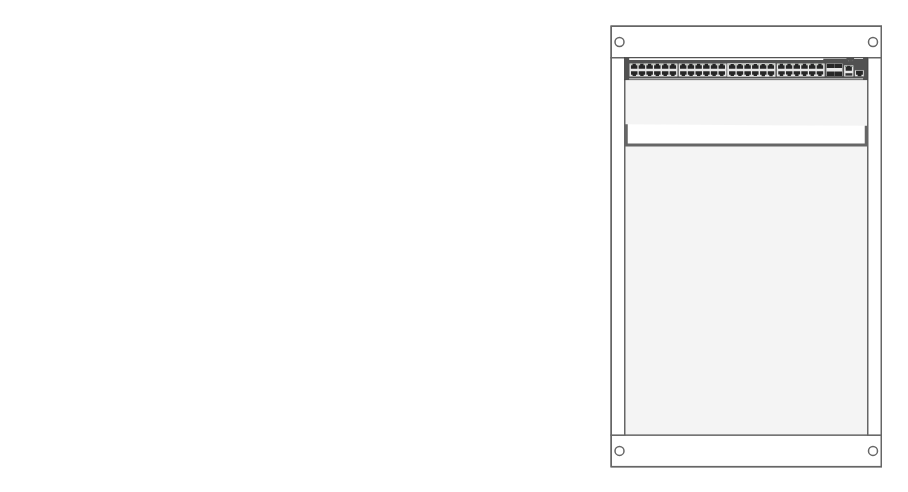
The draw.io diagram Untitled Diagram.drawio in Slavik-Kek/Rack, before the edit. Source tidied: cells renumbered, new cells numbered last; positions are measured from the earlier drawing's top-left corner, leaving out a move shared by most shapes. Both pictures are drawn from the tidied source at 150%, with x=0, y=0 at pixel (610, 26).
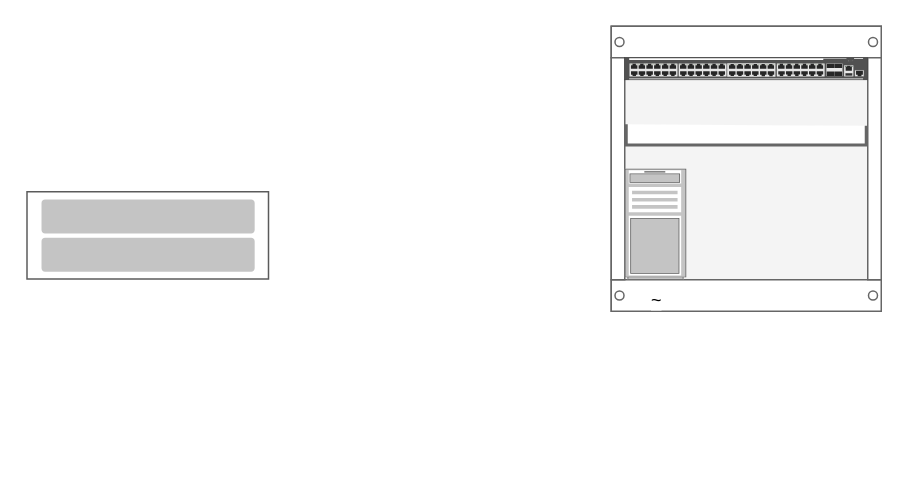
The same diagram, later.

The edit, as a diff of the source:
```diff
@@
 <mxGraphModel>
   <root>
     <mxCell id="0" />
     <mxCell id="1" parent="0" />
     <mxCell id="2" style="strokeColor=#666666;html=1;verticalLabelPosition=bottom;labelBackgroundColor=#ffffff;verticalAlign=top;shadow=0;dashed=0;shape=mxgraph.rackGeneral.rackCabinet3;rackUnitSize=14.8;fillColor2=#f4f4f4;allowGaps=1;textColor=#666666;numDisp=off;" parent="1" vertex="1">
-      <mxGeometry width="180" height="300" as="geometry" />
+      <mxGeometry width="180" height="190" as="geometry" />
     </mxCell>
     <mxCell id="3" style="html=1;verticalLabelPosition=bottom;verticalAlign=top;shadow=0;dashed=0;shape=mxgraph.rack.hpe_aruba.switches.jl321a_aruba_2930m_48g_1_slot_switch;" parent="2" vertex="1">
       <mxGeometry x="9" y="21" width="162" height="14.8" as="geometry" />
     </mxCell>
     <mxCell id="4" style="strokeColor=#666666;html=1;labelPosition=right;align=left;spacingLeft=15;shadow=0;dashed=0;shape=mxgraph.rackGeneral.shelf;" parent="2" vertex="1">
       <mxGeometry x="9" y="65.4" width="162" height="14.8" as="geometry" />
     </mxCell>
+    <mxCell id="5" style="shape=mxgraph.rack.oracle.sunfire_x4500;html=1;labelPosition=right;align=left;spacingLeft=15;dashed=0;shadow=0;fillColor=#ffffff;" parent="1" vertex="1">
+      <mxGeometry x="-390" y="109.8" width="162" height="59.2" as="geometry" />
+    </mxCell>
+    <mxCell id="6" value="~" style="strokeColor=#666666;html=1;verticalLabelPosition=bottom;labelBackgroundColor=#ffffff;verticalAlign=top;shadow=0;dashed=0;shape=mxgraph.rack.general.server_1;" parent="1" vertex="1">
+      <mxGeometry x="9" y="95" width="41" height="74" as="geometry" />
+    </mxCell>
   </root>
 </mxGraphModel>
```
